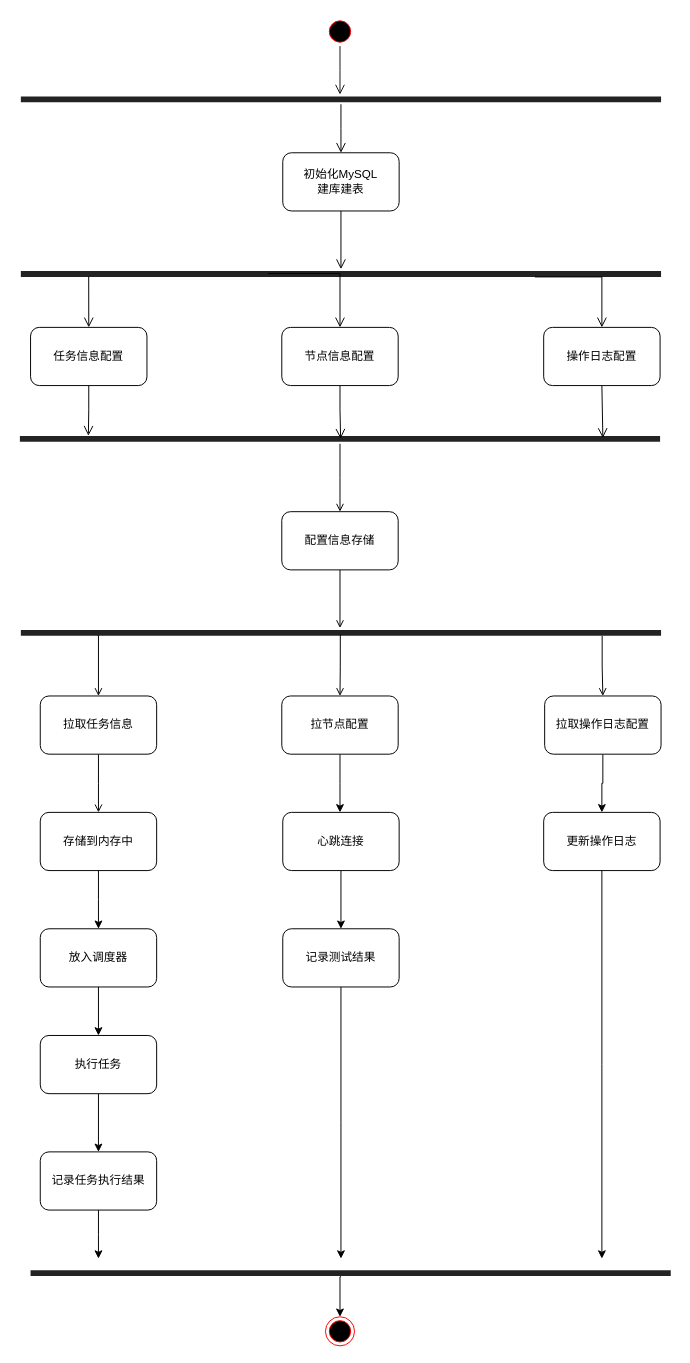
This is 任务管理模块活动图.drawio from tianshengdiwangK/common, a draw.io file, before an edit. Source tidied: cells renumbered, new cells numbered last; positions are measured from the earlier drawing's top-left corner, leaving out a move shared by most shapes. Both pictures are drawn from the tidied source at 97%, with x=0, y=0 at pixel (19, 16).
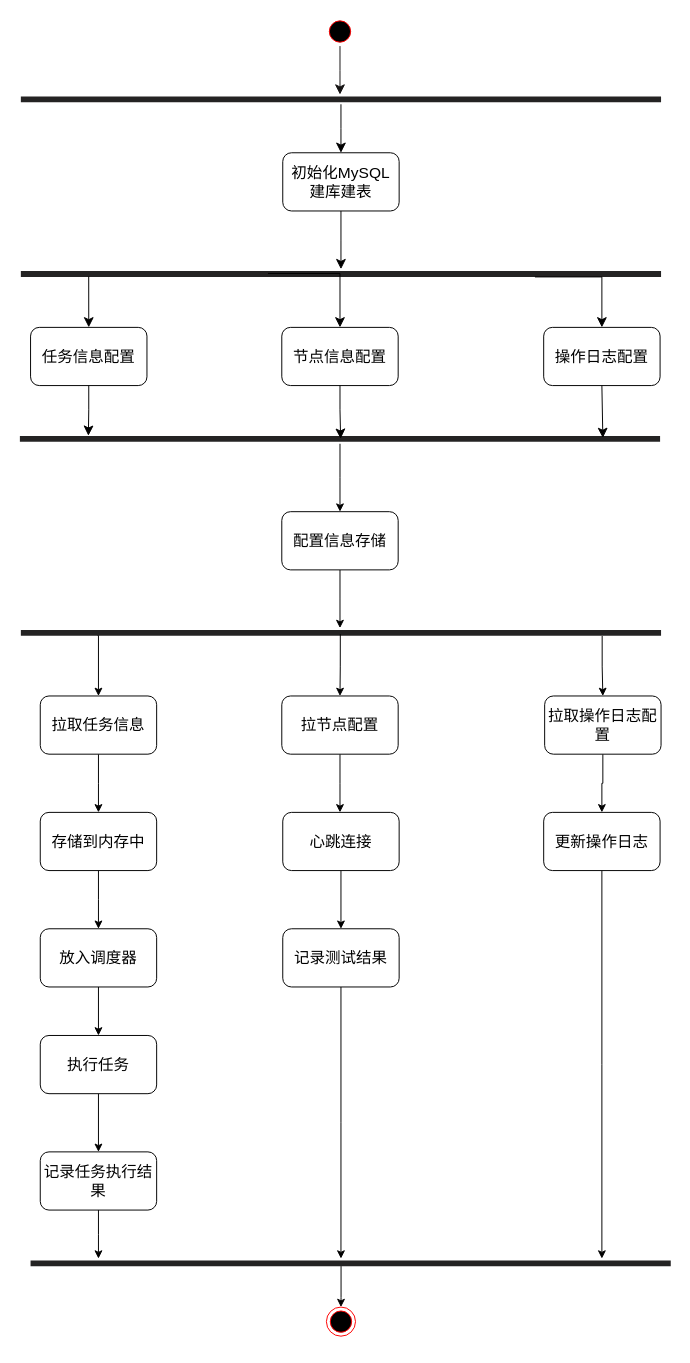
Above is the later version.

Commit message:
更新任务管理模块活动图.drawio

Unchanged cells that the change refers to:
```xml
<mxCell id="2" style="ellipse;html=1;shape=startState;fillColor=#000000;strokeColor=#ff0000;" parent="1" vertex="1">
  <mxGeometry x="315" width="30" height="30" as="geometry" />
</mxCell>
<mxCell id="4" style="shape=line;html=1;strokeWidth=6;strokeColor=#242323;" parent="1" vertex="1">
  <mxGeometry x="1" y="80" width="660" height="10" as="geometry" />
</mxCell>
<mxCell id="8" style="shape=line;html=1;strokeWidth=6;strokeColor=#242323;" parent="1" vertex="1">
  <mxGeometry x="1" y="260" width="660" height="10" as="geometry" />
</mxCell>
<mxCell id="16" style="shape=line;html=1;strokeWidth=6;strokeColor=#242323;" parent="1" vertex="1">
  <mxGeometry y="430" width="660" height="10" as="geometry" />
</mxCell>
<mxCell id="23" style="shape=line;html=1;strokeWidth=6;strokeColor=#242323;" parent="1" vertex="1">
  <mxGeometry x="1" y="630" width="660" height="10" as="geometry" />
</mxCell>
```

Change to the diagram source:
```diff
@@
-    <mxCell id="3" style="edgeStyle=orthogonalEdgeStyle;html=1;verticalAlign=bottom;endArrow=open;endSize=8;strokeColor=#151313;rounded=0;" parent="1" edge="1" source="2">
+    <mxCell id="3" style="edgeStyle=orthogonalEdgeStyle;html=1;verticalAlign=bottom;endArrow=classic;endSize=8;strokeColor=#151313;rounded=0;endFill=1;" parent="1" edge="1" source="2">
       <mxGeometry relative="1" as="geometry">
         <mxPoint x="330" y="80" as="targetPoint" />
       </mxGeometry>
     </mxCell>
@@
-    <mxCell id="5" style="edgeStyle=orthogonalEdgeStyle;html=1;verticalAlign=bottom;endArrow=open;endSize=8;strokeColor=#000000;rounded=0;" parent="1" edge="1" source="4">
+    <mxCell id="5" style="edgeStyle=orthogonalEdgeStyle;html=1;verticalAlign=bottom;endArrow=classic;endSize=8;strokeColor=#000000;rounded=0;endFill=1;" parent="1" edge="1" source="4">
       <mxGeometry relative="1" as="geometry">
         <mxPoint x="331" y="140" as="targetPoint" />
       </mxGeometry>
     </mxCell>
-    <mxCell id="6" value="初始化MySQL&lt;br&gt;建库建表" style="rounded=1;whiteSpace=wrap;html=1;" parent="1" vertex="1">
+    <mxCell id="6" value="&lt;font style=&quot;font-size: 16px;&quot;&gt;初始化MySQL&lt;br&gt;建库建表&lt;/font&gt;" style="rounded=1;whiteSpace=wrap;html=1;" parent="1" vertex="1">
       <mxGeometry x="271" y="140" width="120" height="60" as="geometry" />
     </mxCell>
-    <mxCell id="7" style="edgeStyle=orthogonalEdgeStyle;html=1;verticalAlign=bottom;endArrow=open;endSize=8;strokeColor=#000000;rounded=0;exitX=0.5;exitY=1;exitDx=0;exitDy=0;" parent="1" edge="1" source="6">
+    <mxCell id="7" style="edgeStyle=orthogonalEdgeStyle;html=1;verticalAlign=bottom;endArrow=classic;endSize=8;strokeColor=#000000;rounded=0;exitX=0.5;exitY=1;exitDx=0;exitDy=0;endFill=1;" parent="1" edge="1" source="6">
       <mxGeometry relative="1" as="geometry">
         <mxPoint x="331" y="260" as="targetPoint" />
       </mxGeometry>
     </mxCell>
@@
-    <mxCell id="9" style="edgeStyle=orthogonalEdgeStyle;html=1;verticalAlign=bottom;endArrow=open;endSize=8;strokeColor=#000000;rounded=0;entryX=0.5;entryY=0;entryDx=0;entryDy=0;exitX=0.106;exitY=0.743;exitDx=0;exitDy=0;exitPerimeter=0;" parent="1" edge="1" source="8" target="10">
+    <mxCell id="9" style="edgeStyle=orthogonalEdgeStyle;html=1;verticalAlign=bottom;endArrow=classic;endSize=8;strokeColor=#000000;rounded=0;entryX=0.5;entryY=0;entryDx=0;entryDy=0;exitX=0.106;exitY=0.743;exitDx=0;exitDy=0;exitPerimeter=0;endFill=1;" parent="1" edge="1" source="8" target="10">
       <mxGeometry relative="1" as="geometry" />
     </mxCell>
-    <mxCell id="10" value="任务信息配置" style="rounded=1;whiteSpace=wrap;html=1;" parent="1" vertex="1">
+    <mxCell id="10" value="&lt;font style=&quot;font-size: 16px;&quot;&gt;任务信息配置&lt;/font&gt;" style="rounded=1;whiteSpace=wrap;html=1;" parent="1" vertex="1">
       <mxGeometry x="11" y="320" width="120" height="60" as="geometry" />
     </mxCell>
-    <mxCell id="11" value="节点信息配置" style="rounded=1;whiteSpace=wrap;html=1;" parent="1" vertex="1">
+    <mxCell id="11" value="&lt;font style=&quot;font-size: 16px;&quot;&gt;节点信息配置&lt;/font&gt;" style="rounded=1;whiteSpace=wrap;html=1;" parent="1" vertex="1">
       <mxGeometry x="270" y="320" width="120" height="60" as="geometry" />
     </mxCell>
-    <mxCell id="12" style="edgeStyle=orthogonalEdgeStyle;html=1;verticalAlign=bottom;endArrow=open;endSize=8;strokeColor=#000000;rounded=0;entryX=0.5;entryY=0;entryDx=0;entryDy=0;" parent="1" edge="1" target="13">
+    <mxCell id="12" style="edgeStyle=orthogonalEdgeStyle;html=1;verticalAlign=bottom;endArrow=classic;endSize=8;strokeColor=#000000;rounded=0;entryX=0.5;entryY=0;entryDx=0;entryDy=0;endFill=1;" parent="1" edge="1" target="13">
       <mxGeometry relative="1" as="geometry">
         <mxPoint x="531" y="268" as="sourcePoint" />
         <Array as="points">
           <mxPoint x="531" y="268" />
         </Array>
       </mxGeometry>
     </mxCell>
-    <mxCell id="13" value="操作日志配置" style="rounded=1;whiteSpace=wrap;html=1;" parent="1" vertex="1">
+    <mxCell id="13" value="&lt;font style=&quot;font-size: 16px;&quot;&gt;操作日志配置&lt;/font&gt;" style="rounded=1;whiteSpace=wrap;html=1;" parent="1" vertex="1">
       <mxGeometry x="540" y="320" width="120" height="60" as="geometry" />
     </mxCell>
-    <mxCell id="14" style="edgeStyle=orthogonalEdgeStyle;html=1;verticalAlign=bottom;endArrow=open;endSize=8;strokeColor=#000000;rounded=0;exitX=0.386;exitY=0.443;exitDx=0;exitDy=0;exitPerimeter=0;" parent="1" edge="1" source="8" target="11">
+    <mxCell id="14" style="edgeStyle=orthogonalEdgeStyle;html=1;verticalAlign=bottom;endArrow=classic;endSize=8;strokeColor=#000000;rounded=0;exitX=0.386;exitY=0.443;exitDx=0;exitDy=0;exitPerimeter=0;endFill=1;" parent="1" edge="1" source="8" target="11">
       <mxGeometry relative="1" as="geometry">
         <Array as="points">
           <mxPoint x="330" y="264" />
         </Array>
       </mxGeometry>
     </mxCell>
-    <mxCell id="15" style="edgeStyle=orthogonalEdgeStyle;rounded=0;jettySize=auto;html=1;endArrow=open;endFill=0;" parent="1" edge="1" source="16">
+    <mxCell id="15" style="edgeStyle=orthogonalEdgeStyle;rounded=0;jettySize=auto;html=1;endArrow=classic;endFill=1;" parent="1" edge="1" source="16">
       <mxGeometry relative="1" as="geometry">
         <mxPoint x="330" y="510" as="targetPoint" />
       </mxGeometry>
     </mxCell>
@@
-    <mxCell id="17" style="edgeStyle=orthogonalEdgeStyle;html=1;verticalAlign=bottom;endArrow=open;endSize=8;strokeColor=#000000;rounded=0;exitX=0.5;exitY=1;exitDx=0;exitDy=0;entryX=0.107;entryY=0.171;entryDx=0;entryDy=0;entryPerimeter=0;" parent="1" edge="1" source="10" target="16">
+    <mxCell id="17" style="edgeStyle=orthogonalEdgeStyle;html=1;verticalAlign=bottom;endArrow=classic;endSize=8;strokeColor=#000000;rounded=0;exitX=0.5;exitY=1;exitDx=0;exitDy=0;entryX=0.107;entryY=0.171;entryDx=0;entryDy=0;entryPerimeter=0;endFill=1;" parent="1" edge="1" source="10" target="16">
       <mxGeometry relative="1" as="geometry" />
     </mxCell>
-    <mxCell id="18" style="edgeStyle=orthogonalEdgeStyle;html=1;verticalAlign=bottom;endArrow=open;endSize=8;strokeColor=#000000;rounded=0;exitX=0.5;exitY=1;exitDx=0;exitDy=0;entryX=0.501;entryY=0.48;entryDx=0;entryDy=0;entryPerimeter=0;" parent="1" edge="1" source="11" target="16">
+    <mxCell id="18" style="edgeStyle=orthogonalEdgeStyle;html=1;verticalAlign=bottom;endArrow=classic;endSize=8;strokeColor=#000000;rounded=0;exitX=0.5;exitY=1;exitDx=0;exitDy=0;entryX=0.501;entryY=0.48;entryDx=0;entryDy=0;entryPerimeter=0;endFill=1;" parent="1" edge="1" source="11" target="16">
       <mxGeometry relative="1" as="geometry">
         <Array as="points">
           <mxPoint x="330" y="405" />
           <mxPoint x="331" y="405" />
         </Array>
       </mxGeometry>
     </mxCell>
-    <mxCell id="19" style="html=1;verticalAlign=bottom;endArrow=open;endSize=8;strokeColor=#000000;rounded=0;exitX=0.5;exitY=1;exitDx=0;exitDy=0;" parent="1" edge="1" source="13">
+    <mxCell id="19" style="html=1;verticalAlign=bottom;endArrow=classic;endSize=8;strokeColor=#000000;rounded=0;exitX=0.5;exitY=1;exitDx=0;exitDy=0;endFill=1;" parent="1" edge="1" source="13">
       <mxGeometry relative="1" as="geometry">
         <mxPoint x="601" y="434" as="targetPoint" />
       </mxGeometry>
     </mxCell>
-    <mxCell id="20" style="edgeStyle=orthogonalEdgeStyle;rounded=0;jettySize=auto;html=1;exitX=0.5;exitY=1;exitDx=0;exitDy=0;endArrow=open;endFill=0;" parent="1" edge="1" source="21">
+    <mxCell id="20" style="edgeStyle=orthogonalEdgeStyle;rounded=0;jettySize=auto;html=1;exitX=0.5;exitY=1;exitDx=0;exitDy=0;endArrow=classic;endFill=1;" parent="1" edge="1" source="21">
       <mxGeometry relative="1" as="geometry">
         <mxPoint x="330" y="630" as="targetPoint" />
       </mxGeometry>
     </mxCell>
-    <mxCell id="21" value="配置信息存储" style="rounded=1;whiteSpace=wrap;html=1;" parent="1" vertex="1">
+    <mxCell id="21" value="&lt;font style=&quot;font-size: 16px;&quot;&gt;配置信息存储&lt;/font&gt;" style="rounded=1;whiteSpace=wrap;html=1;" parent="1" vertex="1">
       <mxGeometry x="270" y="510" width="120" height="60" as="geometry" />
     </mxCell>
-    <mxCell id="22" style="edgeStyle=orthogonalEdgeStyle;rounded=0;jettySize=auto;html=1;endArrow=open;endFill=0;entryX=0.5;entryY=0;entryDx=0;entryDy=0;exitX=0.119;exitY=0.718;exitDx=0;exitDy=0;exitPerimeter=0;" parent="1" edge="1" source="23" target="25">
+    <mxCell id="22" style="edgeStyle=orthogonalEdgeStyle;rounded=0;jettySize=auto;html=1;endArrow=classic;endFill=1;entryX=0.5;entryY=0;entryDx=0;entryDy=0;exitX=0.119;exitY=0.718;exitDx=0;exitDy=0;exitPerimeter=0;" parent="1" edge="1" source="23" target="25">
       <mxGeometry relative="1" as="geometry">
         <Array as="points">
           <mxPoint x="81" y="637" />
         </Array>
       </mxGeometry>
     </mxCell>
@@
-    <mxCell id="24" style="edgeStyle=orthogonalEdgeStyle;rounded=0;jettySize=auto;html=1;endArrow=open;endFill=0;" parent="1" edge="1" source="25">
+    <mxCell id="24" style="edgeStyle=orthogonalEdgeStyle;rounded=0;jettySize=auto;html=1;endArrow=classic;endFill=1;" parent="1" edge="1" source="25">
       <mxGeometry relative="1" as="geometry">
         <mxPoint x="81" y="820" as="targetPoint" />
       </mxGeometry>
     </mxCell>
-    <mxCell id="25" value="拉取任务信息" style="rounded=1;whiteSpace=wrap;html=1;" parent="1" vertex="1">
+    <mxCell id="25" value="&lt;font style=&quot;font-size: 16px;&quot;&gt;拉取任务信息&lt;/font&gt;" style="rounded=1;whiteSpace=wrap;html=1;" parent="1" vertex="1">
       <mxGeometry x="21" y="700" width="120" height="60" as="geometry" />
     </mxCell>
@@
-    <mxCell id="27" value="存储到内存中" style="rounded=1;whiteSpace=wrap;html=1;" parent="1" vertex="1">
+    <mxCell id="27" value="&lt;font style=&quot;font-size: 16px;&quot;&gt;存储到内存中&lt;/font&gt;" style="rounded=1;whiteSpace=wrap;html=1;" parent="1" vertex="1">
       <mxGeometry x="21" y="820" width="120" height="60" as="geometry" />
     </mxCell>
@@
-    <mxCell id="29" value="放入调度器" style="rounded=1;whiteSpace=wrap;html=1;" parent="1" vertex="1">
+    <mxCell id="29" value="&lt;font style=&quot;font-size: 16px;&quot;&gt;放入调度器&lt;/font&gt;" style="rounded=1;whiteSpace=wrap;html=1;" parent="1" vertex="1">
       <mxGeometry x="21" y="940" width="120" height="60" as="geometry" />
     </mxCell>
@@
-    <mxCell id="31" value="执行任务" style="rounded=1;whiteSpace=wrap;html=1;" parent="1" vertex="1">
+    <mxCell id="31" value="&lt;font style=&quot;font-size: 16px;&quot;&gt;执行任务&lt;/font&gt;" style="rounded=1;whiteSpace=wrap;html=1;" parent="1" vertex="1">
       <mxGeometry x="21" y="1050" width="120" height="60" as="geometry" />
     </mxCell>
@@
-    <mxCell id="33" value="记录任务执行结果" style="rounded=1;whiteSpace=wrap;html=1;" parent="1" vertex="1">
+    <mxCell id="33" value="&lt;font style=&quot;font-size: 16px;&quot;&gt;记录任务执行结果&lt;/font&gt;" style="rounded=1;whiteSpace=wrap;html=1;" parent="1" vertex="1">
       <mxGeometry x="21" y="1170" width="120" height="60" as="geometry" />
     </mxCell>
     <mxCell id="34" style="ellipse;html=1;shape=endState;fillColor=#000000;strokeColor=#ff0000;" parent="1" vertex="1">
-      <mxGeometry x="315" y="1340" width="30" height="30" as="geometry" />
+      <mxGeometry x="316" y="1330" width="30" height="30" as="geometry" />
     </mxCell>
-    <mxCell id="35" style="edgeStyle=orthogonalEdgeStyle;rounded=0;jettySize=auto;html=1;exitX=0.499;exitY=0.627;exitDx=0;exitDy=0;endArrow=open;endFill=0;exitPerimeter=0;entryX=0.5;entryY=0;entryDx=0;entryDy=0;" parent="1" edge="1" source="23" target="37">
+    <mxCell id="35" style="edgeStyle=orthogonalEdgeStyle;rounded=0;jettySize=auto;html=1;exitX=0.499;exitY=0.627;exitDx=0;exitDy=0;endArrow=classic;endFill=1;exitPerimeter=0;entryX=0.5;entryY=0;entryDx=0;entryDy=0;" parent="1" edge="1" source="23" target="37">
       <mxGeometry relative="1" as="geometry" />
     </mxCell>
@@
-    <mxCell id="37" value="拉节点配置" style="rounded=1;whiteSpace=wrap;html=1;" parent="1" vertex="1">
+    <mxCell id="37" value="&lt;font style=&quot;font-size: 16px;&quot;&gt;拉节点配置&lt;/font&gt;" style="rounded=1;whiteSpace=wrap;html=1;" parent="1" vertex="1">
       <mxGeometry x="270" y="700" width="120" height="60" as="geometry" />
     </mxCell>
@@
-    <mxCell id="39" value="拉取操作日志配置" style="rounded=1;whiteSpace=wrap;html=1;" parent="1" vertex="1">
+    <mxCell id="39" value="&lt;font style=&quot;font-size: 16px;&quot;&gt;拉取操作日志配置&lt;/font&gt;" style="rounded=1;whiteSpace=wrap;html=1;" parent="1" vertex="1">
       <mxGeometry x="541" y="700" width="120" height="60" as="geometry" />
     </mxCell>
-    <mxCell id="40" style="edgeStyle=orthogonalEdgeStyle;rounded=0;jettySize=auto;html=1;exitX=0.908;exitY=0.814;exitDx=0;exitDy=0;endArrow=open;endFill=0;exitPerimeter=0;" parent="1" edge="1" source="23" target="39">
+    <mxCell id="40" style="edgeStyle=orthogonalEdgeStyle;rounded=0;jettySize=auto;html=1;exitX=0.908;exitY=0.814;exitDx=0;exitDy=0;endArrow=classic;endFill=1;exitPerimeter=0;" parent="1" edge="1" source="23" target="39">
       <mxGeometry relative="1" as="geometry" />
     </mxCell>
@@
-    <mxCell id="42" value="心跳连接" style="rounded=1;whiteSpace=wrap;html=1;" parent="1" vertex="1">
+    <mxCell id="42" value="&lt;font style=&quot;font-size: 16px;&quot;&gt;心跳连接&lt;/font&gt;" style="rounded=1;whiteSpace=wrap;html=1;" parent="1" vertex="1">
       <mxGeometry x="271" y="820" width="120" height="60" as="geometry" />
     </mxCell>
@@
-    <mxCell id="44" value="记录测试结果" style="rounded=1;whiteSpace=wrap;html=1;" parent="1" vertex="1">
+    <mxCell id="44" value="&lt;font style=&quot;font-size: 16px;&quot;&gt;记录测试结果&lt;/font&gt;" style="rounded=1;whiteSpace=wrap;html=1;" parent="1" vertex="1">
       <mxGeometry x="271" y="940" width="120" height="60" as="geometry" />
     </mxCell>
@@
-    <mxCell id="46" value="更新操作日志" style="rounded=1;whiteSpace=wrap;html=1;" parent="1" vertex="1">
+    <mxCell id="46" value="&lt;font style=&quot;font-size: 16px;&quot;&gt;更新操作日志&lt;/font&gt;" style="rounded=1;whiteSpace=wrap;html=1;" parent="1" vertex="1">
       <mxGeometry x="540" y="820" width="120" height="60" as="geometry" />
     </mxCell>
-    <mxCell id="47" style="edgeStyle=orthogonalEdgeStyle;rounded=0;jettySize=auto;html=1;exitX=0.485;exitY=0.878;exitDx=0;exitDy=0;exitPerimeter=0;" parent="1" edge="1" source="48" target="34">
+    <mxCell id="47" style="edgeStyle=orthogonalEdgeStyle;rounded=0;jettySize=auto;html=1;entryX=0.5;entryY=0;entryDx=0;entryDy=0;exitX=0.485;exitY=0.772;exitDx=0;exitDy=0;exitPerimeter=0;" parent="1" edge="1" source="48" target="34">
       <mxGeometry relative="1" as="geometry">
         <Array as="points">
-          <mxPoint x="330" y="1299" />
+          <mxPoint x="331" y="1320" />
+          <mxPoint x="331" y="1320" />
         </Array>
       </mxGeometry>
     </mxCell>
     <mxCell id="48" style="shape=line;html=1;strokeWidth=6;strokeColor=#242323;" parent="1" vertex="1">
-      <mxGeometry x="11" y="1290" width="660" height="10" as="geometry" />
+      <mxGeometry x="11" y="1280" width="660" height="10" as="geometry" />
     </mxCell>
```
